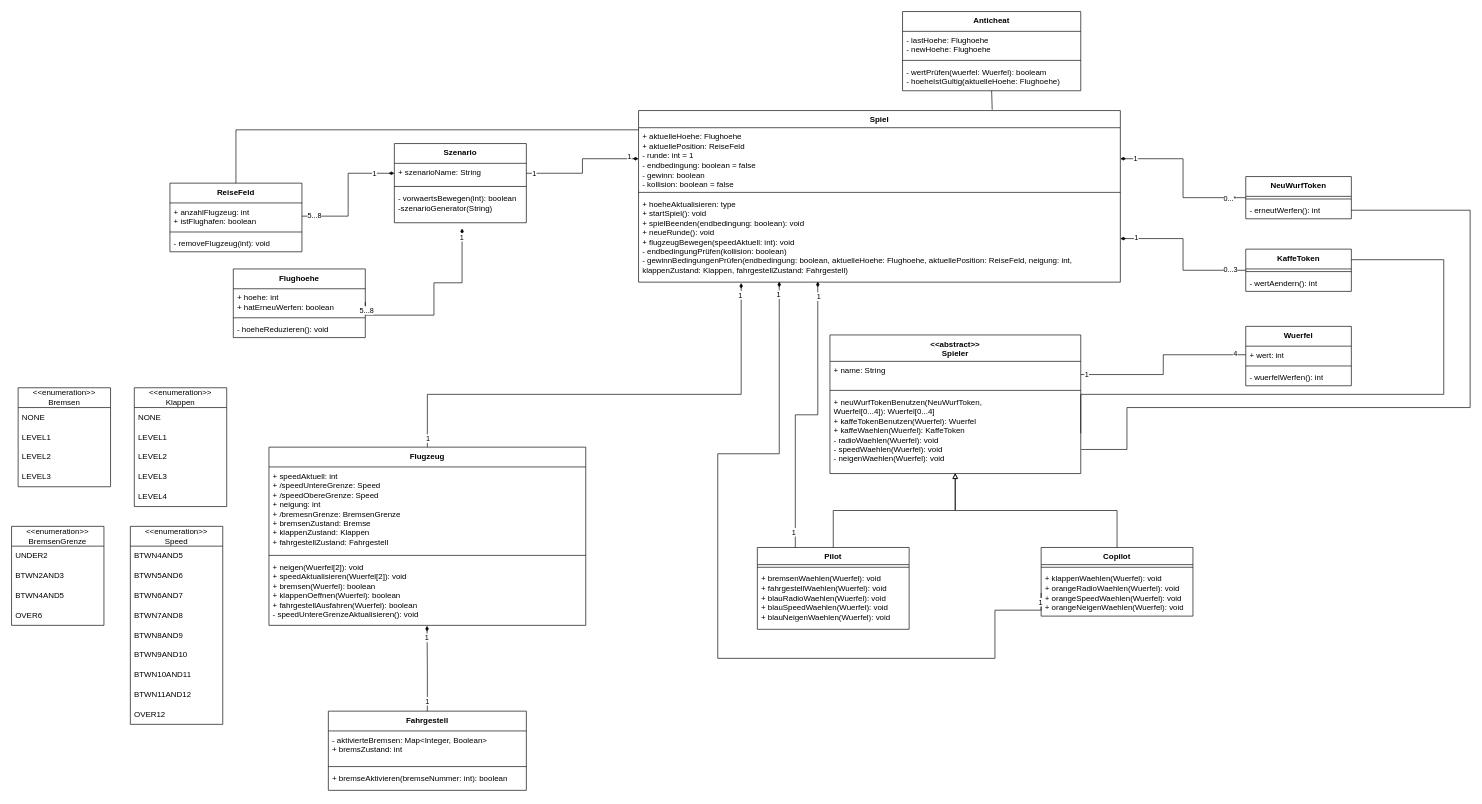
This is documentation/Klassendiagramm_v1.0.drawio from nkrysin/starpilots, a draw.io file, before an edit. Source tidied: cells renumbered, new cells numbered last; positions are measured from the earlier drawing's top-left corner, leaving out a move shared by most shapes. Both pictures are drawn from the tidied source at 66%, with x=0, y=0 at pixel (11, 11).
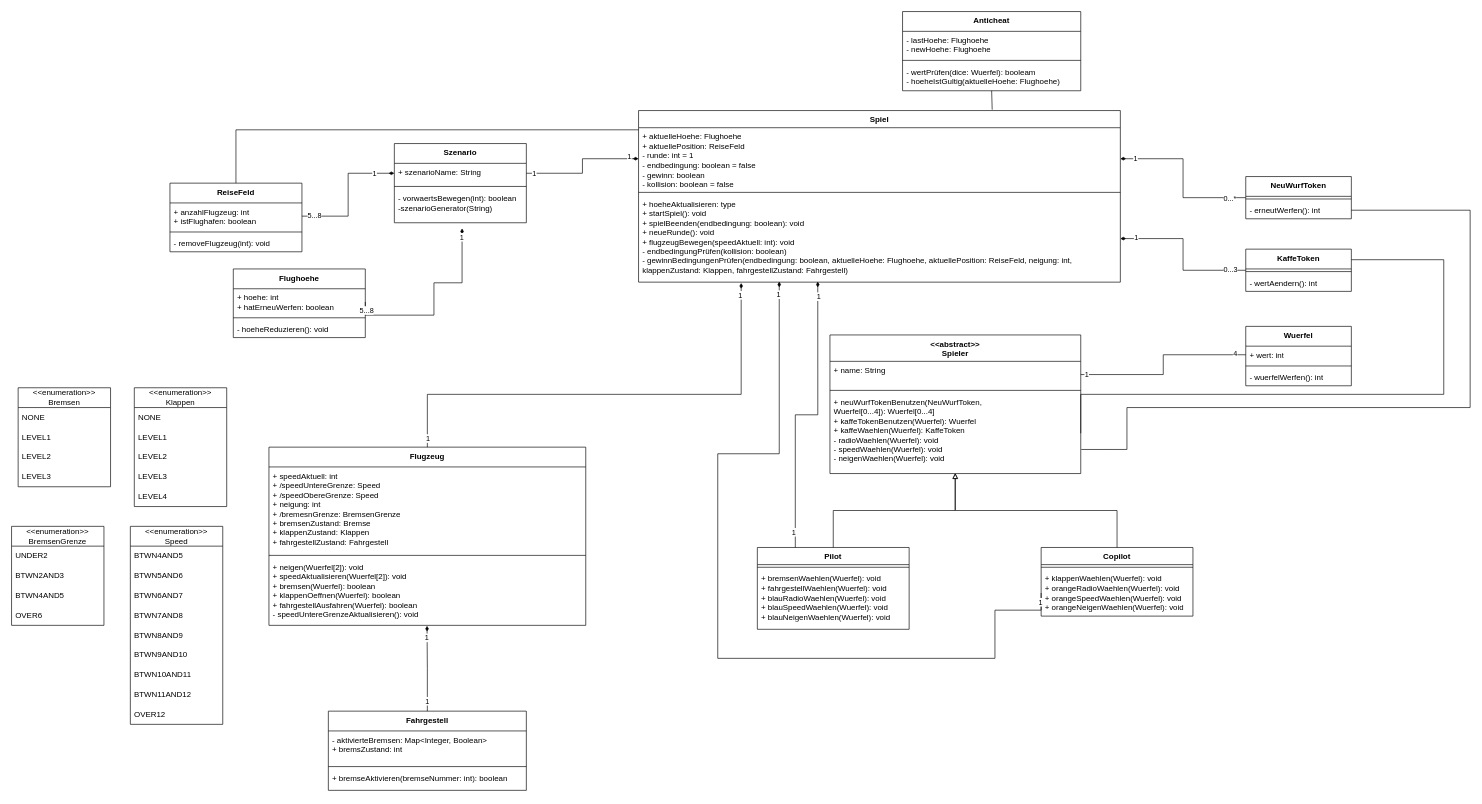
The same page after the edit.

Unchanged cells that the change refers to:
```xml
<mxCell id="107" value="Anticheat" style="swimlane;fontStyle=1;align=center;verticalAlign=top;horizontal=1;startSize=30;whiteSpace=wrap;html=1;" parent="1" vertex="1">
  <mxGeometry x="1350" width="270" height="120" as="geometry" />
</mxCell>
```

The edit, as a diff of the source:
```diff
@@
-    <mxCell id="110" value="- wertPrüfen(wuerfel: Wuerfel): booleam&lt;div&gt;- hoeheIstGultig(&lt;span style=&quot;background-color: initial; text-align: center;&quot;&gt;aktuelleHoehe:&amp;nbsp;&lt;/span&gt;&lt;span style=&quot;background-color: initial; text-align: center;&quot;&gt;Flughoehe&lt;/span&gt;&lt;span style=&quot;background-color: initial;&quot;&gt;)&lt;/span&gt;&lt;/div&gt;" style="text;strokeColor=none;fillColor=none;align=left;verticalAlign=top;spacingLeft=4;spacingRight=4;overflow=hidden;whiteSpace=wrap;html=1;" parent="107" vertex="1">
+    <mxCell id="110" value="- wertPrüfen(dice: Wuerfel): booleam&lt;div&gt;- hoeheIstGultig(&lt;span style=&quot;background-color: initial; text-align: center;&quot;&gt;aktuelleHoehe:&amp;nbsp;&lt;/span&gt;&lt;span style=&quot;background-color: initial; text-align: center;&quot;&gt;Flughoehe&lt;/span&gt;&lt;span style=&quot;background-color: initial;&quot;&gt;)&lt;/span&gt;&lt;/div&gt;" style="text;strokeColor=none;fillColor=none;align=left;verticalAlign=top;spacingLeft=4;spacingRight=4;overflow=hidden;whiteSpace=wrap;html=1;" parent="107" vertex="1">
       <mxGeometry y="78" width="270" height="42" as="geometry" />
     </mxCell>
```
